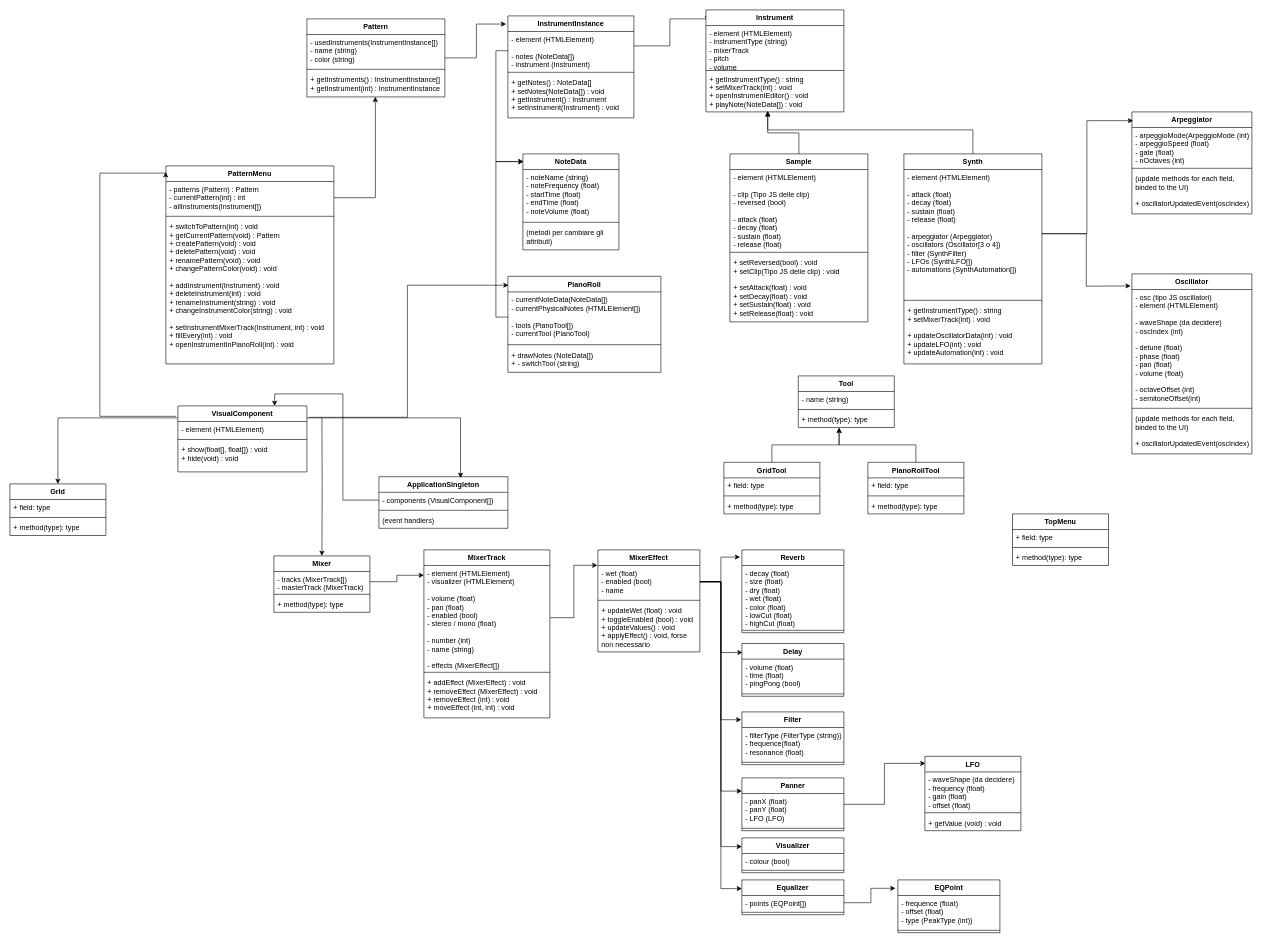
This is Design documents/UML scheme.drawio from unsettledgames/beepop, a draw.io file, before an edit. Source tidied: cells renumbered, new cells numbered last; positions are measured from the earlier drawing's top-left corner, leaving out a move shared by most shapes. Both pictures are drawn from the tidied source at 60%, with x=0, y=0 at pixel (10, 10).
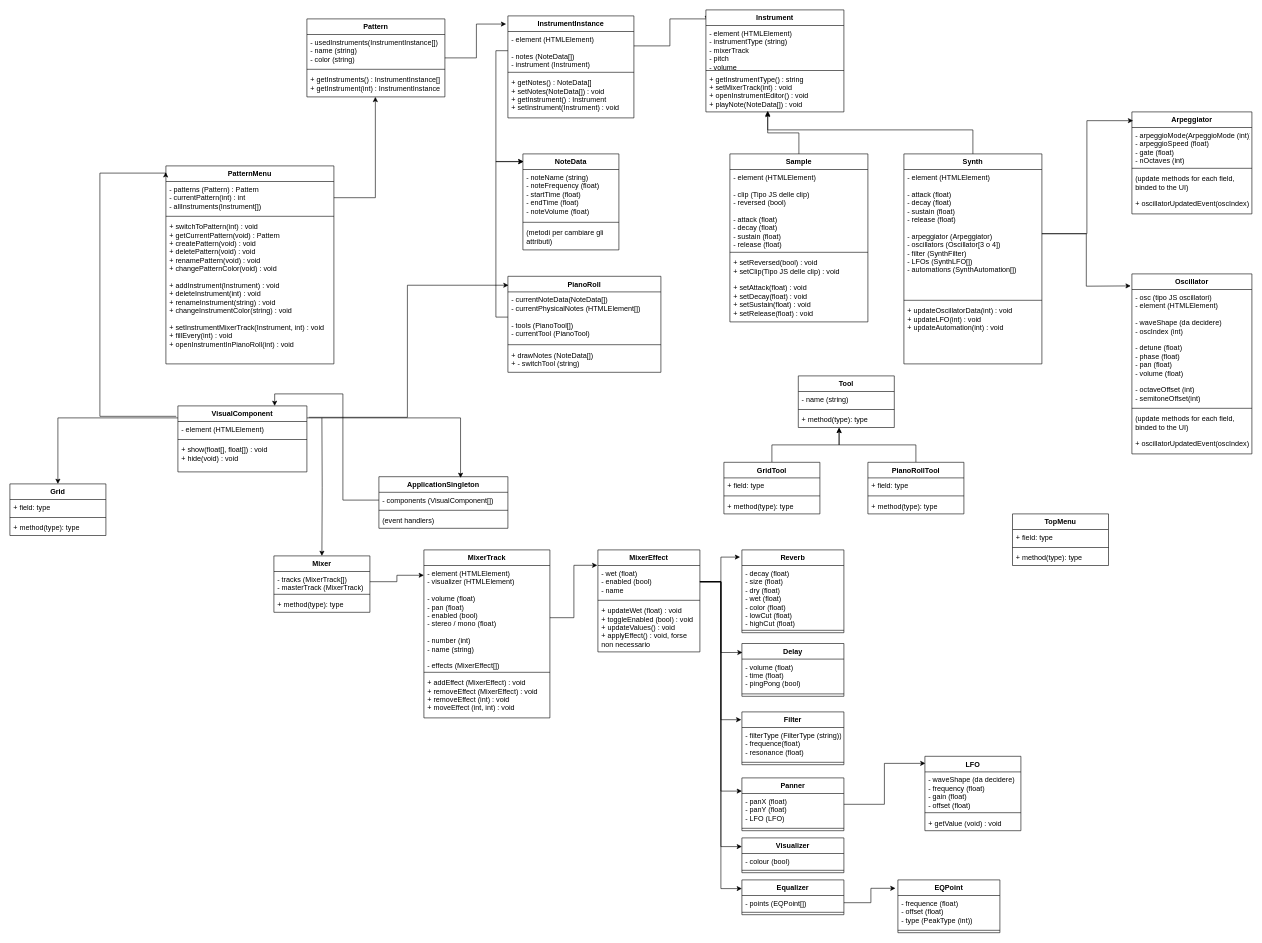
The same diagram, later.

The change refers to these unchanged cells:
```xml
<mxCell id="51" value="Synth" style="swimlane;fontStyle=1;align=center;verticalAlign=top;horizontal=1;startSize=26;" parent="1" vertex="1">
  <mxGeometry x="1490" y="240" width="230" height="350" as="geometry" />
</mxCell>
```

Diff of the diagram source:
```diff
@@
-    <mxCell id="54" value="+ getInstrumentType() : string&#10;+ setMixerTrack(int) : void&#10;&#10;+ updateOscillatorData(int) : void&#10;+ updateLFO(int) : void&#10;+ updateAutomation(int) : void" style="text;strokeColor=none;fillColor=none;align=left;verticalAlign=top;spacingLeft=4;spacingRight=4;overflow=hidden;" parent="51" vertex="1">
+    <mxCell id="54" value="+ updateOscillatorData(int) : void&#10;+ updateLFO(int) : void&#10;+ updateAutomation(int) : void" style="text;strokeColor=none;fillColor=none;align=left;verticalAlign=top;spacingLeft=4;spacingRight=4;overflow=hidden;" parent="51" vertex="1">
       <mxGeometry y="248" width="230" height="102" as="geometry" />
     </mxCell>
```
